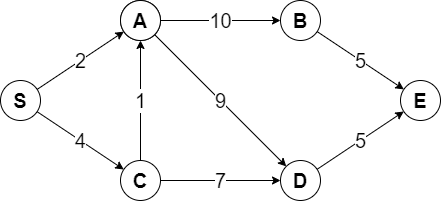
pietro2356/Dijkstra-Algorithm keeps this draw.io diagram as img/grafoStart.png. Above is the earlier version. Source tidied: cells renumbered, new cells last; positions are measured from the earlier drawing's top-left corner, leaving out a move shared by most shapes. Its diagram source:
```xml
<mxGraphModel background="#ffffff">
  <root>
    <mxCell id="0" />
    <mxCell id="1" parent="0" />
    <mxCell id="2" value="&lt;font style=&quot;font-size: 20px&quot;&gt;S&lt;/font&gt;" style="ellipse;whiteSpace=wrap;html=1;fontStyle=1;" parent="1" vertex="1">
      <mxGeometry y="80" width="40" height="40" as="geometry" />
    </mxCell>
    <mxCell id="3" value="&lt;font style=&quot;font-size: 20px&quot;&gt;A&lt;/font&gt;" style="ellipse;whiteSpace=wrap;html=1;" parent="1" vertex="1">
      <mxGeometry x="120" width="40" height="40" as="geometry" />
    </mxCell>
    <mxCell id="4" value="&lt;font&gt;&lt;font style=&quot;font-size: 20px&quot;&gt;C&lt;/font&gt;&lt;br&gt;&lt;/font&gt;" style="ellipse;whiteSpace=wrap;html=1;fontStyle=1;" parent="1" vertex="1">
      <mxGeometry x="120" y="160" width="40" height="40" as="geometry" />
    </mxCell>
    <mxCell id="5" value="&lt;font style=&quot;font-size: 20px&quot;&gt;B&lt;/font&gt;" style="ellipse;whiteSpace=wrap;html=1;fontStyle=1;" parent="1" vertex="1">
      <mxGeometry x="280" width="40" height="40" as="geometry" />
    </mxCell>
    <mxCell id="6" value="&lt;font style=&quot;font-size: 20px&quot;&gt;E&lt;/font&gt;" style="ellipse;whiteSpace=wrap;html=1;fontStyle=1;" parent="1" vertex="1">
      <mxGeometry x="400" y="80" width="40" height="40" as="geometry" />
    </mxCell>
    <mxCell id="7" value="&lt;font style=&quot;font-size: 20px&quot;&gt;2&lt;/font&gt;" style="endArrow=classic;html=1;" parent="1" edge="1" source="2" target="3">
      <mxGeometry relative="1" as="geometry" />
    </mxCell>
    <mxCell id="8" value="&lt;font style=&quot;font-size: 20px&quot;&gt;10&lt;/font&gt;" style="endArrow=classic;html=1;" parent="1" edge="1" source="3" target="5">
      <mxGeometry relative="1" as="geometry" />
    </mxCell>
    <mxCell id="9" value="&lt;font style=&quot;font-size: 20px&quot;&gt;4&lt;/font&gt;" style="endArrow=classic;html=1;" parent="1" edge="1" source="2" target="4">
      <mxGeometry relative="1" as="geometry" />
    </mxCell>
    <mxCell id="10" value="&lt;font style=&quot;font-size: 20px&quot;&gt;1&lt;/font&gt;" style="endArrow=classic;html=1;" parent="1" edge="1" source="4" target="3">
      <mxGeometry relative="1" as="geometry" />
    </mxCell>
    <mxCell id="11" value="&lt;font style=&quot;font-size: 20px&quot;&gt;D&lt;/font&gt;" style="ellipse;whiteSpace=wrap;html=1;fontStyle=1;" parent="1" vertex="1">
      <mxGeometry x="280" y="160" width="40" height="40" as="geometry" />
    </mxCell>
    <mxCell id="12" value="&lt;font style=&quot;font-size: 20px&quot;&gt;7&lt;/font&gt;" style="endArrow=classic;html=1;" parent="1" edge="1" source="4" target="11">
      <mxGeometry relative="1" as="geometry" />
    </mxCell>
    <mxCell id="13" value="&lt;font style=&quot;font-size: 20px&quot;&gt;5&lt;/font&gt;" style="endArrow=classic;html=1;" parent="1" edge="1" source="11" target="6">
      <mxGeometry relative="1" as="geometry" />
    </mxCell>
    <mxCell id="14" value="&lt;font style=&quot;font-size: 20px&quot;&gt;9&lt;/font&gt;" style="endArrow=classic;html=1;" parent="1" edge="1" source="3" target="11">
      <mxGeometry relative="1" as="geometry" />
    </mxCell>
    <mxCell id="15" value="&lt;span style=&quot;font-size: 20px&quot;&gt;5&lt;/span&gt;" style="endArrow=classic;html=1;" parent="1" edge="1" source="5" target="6">
      <mxGeometry relative="1" as="geometry" />
    </mxCell>
    <mxCell id="16" value="&lt;font style=&quot;font-size: 20px&quot;&gt;A&lt;/font&gt;" style="ellipse;whiteSpace=wrap;html=1;fontStyle=1;" parent="1" vertex="1">
      <mxGeometry x="120" width="40" height="40" as="geometry" />
    </mxCell>
  </root>
</mxGraphModel>
```
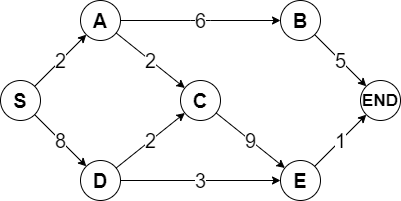
After the commit.

The edit, as a diff of the source:
```diff
@@ -1,51 +1,58 @@
-<mxGraphModel background="#ffffff">
+<mxGraphModel>
   <root>
     <mxCell id="0" />
     <mxCell id="1" parent="0" />
     <mxCell id="2" value="&lt;font style=&quot;font-size: 20px&quot;&gt;S&lt;/font&gt;" style="ellipse;whiteSpace=wrap;html=1;fontStyle=1;" parent="1" vertex="1">
-      <mxGeometry y="80" width="40" height="40" as="geometry" />
+      <mxGeometry x="-40" y="80" width="40" height="40" as="geometry" />
     </mxCell>
-    <mxCell id="3" value="&lt;font style=&quot;font-size: 20px&quot;&gt;A&lt;/font&gt;" style="ellipse;whiteSpace=wrap;html=1;" parent="1" vertex="1">
-      <mxGeometry x="120" width="40" height="40" as="geometry" />
-    </mxCell>
+    <mxCell id="16" value="&lt;font style=&quot;font-size: 20px&quot;&gt;A&lt;/font&gt;" style="ellipse;whiteSpace=wrap;html=1;fontStyle=1;" parent="1" vertex="1">
+      <mxGeometry x="40" width="40" height="40" as="geometry" />
+    </mxCell>
+    <mxCell id="11" value="&lt;font style=&quot;font-size: 20px&quot;&gt;D&lt;/font&gt;" style="ellipse;whiteSpace=wrap;html=1;fontStyle=1;" parent="1" vertex="1">
+      <mxGeometry x="40" y="160" width="40" height="40" as="geometry" />
+    </mxCell>
-    <mxCell id="4" value="&lt;font&gt;&lt;font style=&quot;font-size: 20px&quot;&gt;C&lt;/font&gt;&lt;br&gt;&lt;/font&gt;" style="ellipse;whiteSpace=wrap;html=1;fontStyle=1;" parent="1" vertex="1">
-      <mxGeometry x="120" y="160" width="40" height="40" as="geometry" />
+    <mxCell id="4" value="&lt;font style=&quot;font-size: 20px&quot;&gt;C&lt;/font&gt;" style="ellipse;whiteSpace=wrap;html=1;fontStyle=1;" parent="1" vertex="1">
+      <mxGeometry x="140" y="80" width="40" height="40" as="geometry" />
     </mxCell>
     <mxCell id="5" value="&lt;font style=&quot;font-size: 20px&quot;&gt;B&lt;/font&gt;" style="ellipse;whiteSpace=wrap;html=1;fontStyle=1;" parent="1" vertex="1">
-      <mxGeometry x="280" width="40" height="40" as="geometry" />
+      <mxGeometry x="240" width="40" height="40" as="geometry" />
     </mxCell>
     <mxCell id="6" value="&lt;font style=&quot;font-size: 20px&quot;&gt;E&lt;/font&gt;" style="ellipse;whiteSpace=wrap;html=1;fontStyle=1;" parent="1" vertex="1">
-      <mxGeometry x="400" y="80" width="40" height="40" as="geometry" />
+      <mxGeometry x="240" y="160" width="40" height="40" as="geometry" />
     </mxCell>
-    <mxCell id="7" value="&lt;font style=&quot;font-size: 20px&quot;&gt;2&lt;/font&gt;" style="endArrow=classic;html=1;" parent="1" edge="1" source="2" target="3">
-      <mxGeometry relative="1" as="geometry" />
-    </mxCell>
-    <mxCell id="8" value="&lt;font style=&quot;font-size: 20px&quot;&gt;10&lt;/font&gt;" style="endArrow=classic;html=1;" parent="1" edge="1" source="3" target="5">
-      <mxGeometry relative="1" as="geometry" />
-    </mxCell>
-    <mxCell id="9" value="&lt;font style=&quot;font-size: 20px&quot;&gt;4&lt;/font&gt;" style="endArrow=classic;html=1;" parent="1" edge="1" source="2" target="4">
-      <mxGeometry relative="1" as="geometry" />
-    </mxCell>
+    <mxCell id="17" value="&lt;font style=&quot;font-size: 17px&quot;&gt;END&lt;/font&gt;" style="ellipse;whiteSpace=wrap;html=1;fontStyle=1;" parent="1" vertex="1">
+      <mxGeometry x="320" y="80" width="40" height="40" as="geometry" />
+    </mxCell>
+    <mxCell id="18" value="&lt;font style=&quot;font-size: 20px&quot;&gt;2&lt;/font&gt;" style="endArrow=classic;html=1;" parent="1" edge="1" source="2" target="16">
+      <mxGeometry relative="1" as="geometry" />
+    </mxCell>
+    <mxCell id="19" value="&lt;font style=&quot;font-size: 20px&quot;&gt;2&lt;/font&gt;" style="endArrow=classic;html=1;" parent="1" edge="1" source="16" target="4">
+      <mxGeometry relative="1" as="geometry" />
+    </mxCell>
+    <mxCell id="20" value="&lt;font style=&quot;font-size: 20px&quot;&gt;8&lt;/font&gt;" style="endArrow=classic;html=1;" parent="1" edge="1" source="2" target="11">
+      <mxGeometry relative="1" as="geometry" />
+    </mxCell>
+    <mxCell id="21" value="&lt;font style=&quot;font-size: 20px&quot;&gt;3&lt;/font&gt;" style="endArrow=classic;html=1;" parent="1" edge="1" source="11" target="6">
+      <mxGeometry relative="1" as="geometry" />
+    </mxCell>
+    <mxCell id="22" value="&lt;font style=&quot;font-size: 20px&quot;&gt;2&lt;/font&gt;" style="endArrow=classic;html=1;" parent="1" edge="1" source="11" target="4">
+      <mxGeometry relative="1" as="geometry" />
+    </mxCell>
+    <mxCell id="23" value="&lt;span style=&quot;font-size: 20px&quot;&gt;6&lt;br&gt;&lt;/span&gt;" style="endArrow=classic;html=1;" parent="1" edge="1" source="16" target="5">
+      <mxGeometry relative="1" as="geometry">
+        <Array as="points">
+          <mxPoint x="160" y="20" />
+        </Array>
+      </mxGeometry>
+    </mxCell>
+    <mxCell id="14" value="&lt;font style=&quot;font-size: 20px&quot;&gt;9&lt;/font&gt;" style="endArrow=classic;html=1;" parent="1" edge="1" source="4" target="6">
+      <mxGeometry relative="1" as="geometry" />
+    </mxCell>
-    <mxCell id="10" value="&lt;font style=&quot;font-size: 20px&quot;&gt;1&lt;/font&gt;" style="endArrow=classic;html=1;" parent="1" edge="1" source="4" target="3">
+    <mxCell id="10" value="&lt;font style=&quot;font-size: 20px&quot;&gt;1&lt;/font&gt;" style="endArrow=classic;html=1;exitX=1;exitY=0;exitDx=0;exitDy=0;" parent="1" edge="1" source="6" target="17">
       <mxGeometry relative="1" as="geometry" />
     </mxCell>
-    <mxCell id="11" value="&lt;font style=&quot;font-size: 20px&quot;&gt;D&lt;/font&gt;" style="ellipse;whiteSpace=wrap;html=1;fontStyle=1;" parent="1" vertex="1">
-      <mxGeometry x="280" y="160" width="40" height="40" as="geometry" />
-    </mxCell>
-    <mxCell id="12" value="&lt;font style=&quot;font-size: 20px&quot;&gt;7&lt;/font&gt;" style="endArrow=classic;html=1;" parent="1" edge="1" source="4" target="11">
-      <mxGeometry relative="1" as="geometry" />
-    </mxCell>
-    <mxCell id="13" value="&lt;font style=&quot;font-size: 20px&quot;&gt;5&lt;/font&gt;" style="endArrow=classic;html=1;" parent="1" edge="1" source="11" target="6">
+    <mxCell id="13" value="&lt;font style=&quot;font-size: 20px&quot;&gt;5&lt;/font&gt;" style="endArrow=classic;html=1;" parent="1" edge="1" source="5" target="17">
       <mxGeometry relative="1" as="geometry" />
     </mxCell>
-    <mxCell id="14" value="&lt;font style=&quot;font-size: 20px&quot;&gt;9&lt;/font&gt;" style="endArrow=classic;html=1;" parent="1" edge="1" source="3" target="11">
-      <mxGeometry relative="1" as="geometry" />
-    </mxCell>
-    <mxCell id="15" value="&lt;span style=&quot;font-size: 20px&quot;&gt;5&lt;/span&gt;" style="endArrow=classic;html=1;" parent="1" edge="1" source="5" target="6">
-      <mxGeometry relative="1" as="geometry" />
-    </mxCell>
-    <mxCell id="16" value="&lt;font style=&quot;font-size: 20px&quot;&gt;A&lt;/font&gt;" style="ellipse;whiteSpace=wrap;html=1;fontStyle=1;" parent="1" vertex="1">
-      <mxGeometry x="120" width="40" height="40" as="geometry" />
-    </mxCell>
   </root>
 </mxGraphModel>
```
